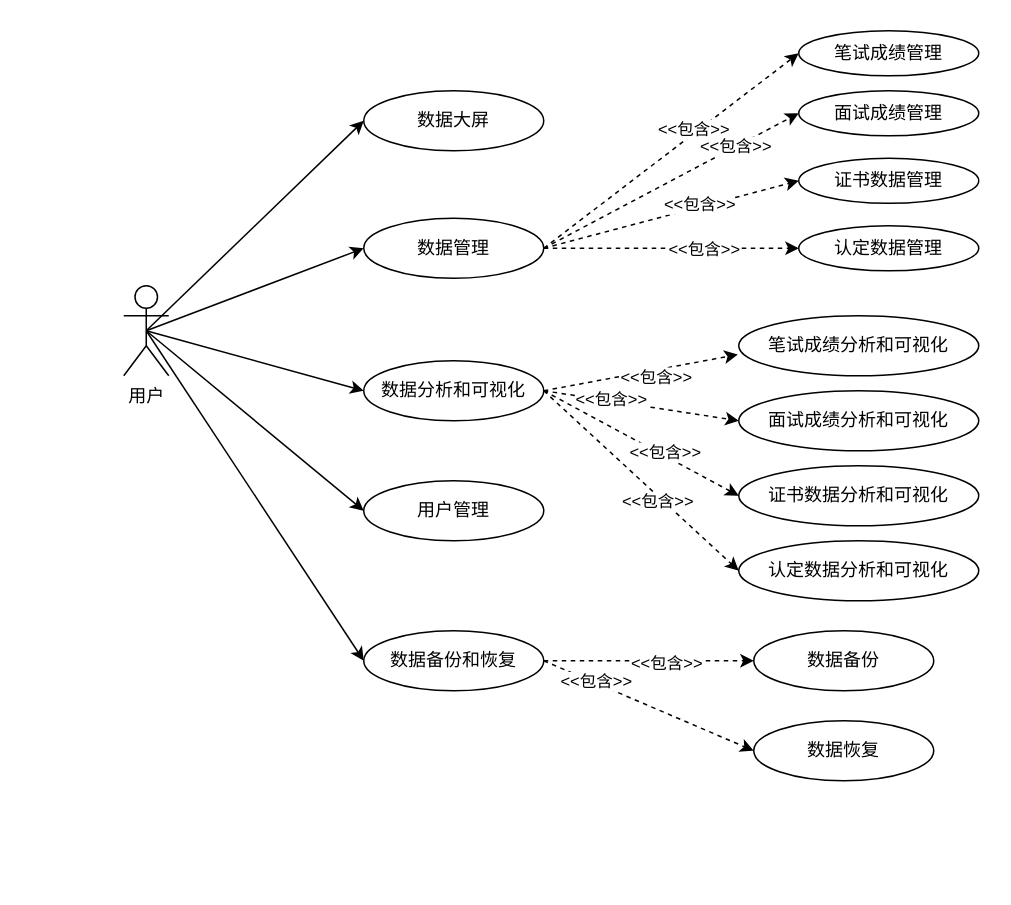
Above: page "3.系统需求分析" (3 of 4) of resouces/drawio/structure.drawio in coderyjc/certificate_analysis (draw.io), before the change. Source tidied: cells renumbered, new cells numbered last; positions are measured from the earlier drawing's top-left corner, leaving out a move shared by most shapes. Both pictures are drawn from the tidied source at 150%, with x=0, y=0 at pixel (123, 30).
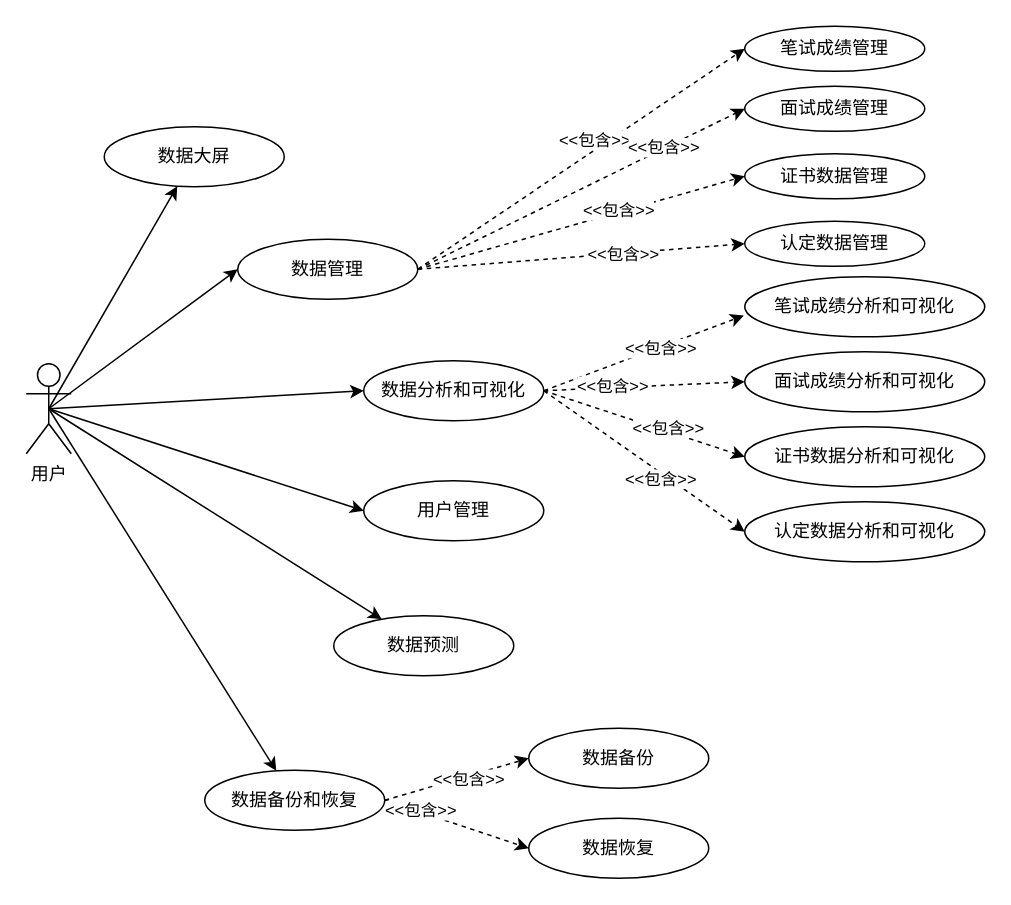
After the change.

What changed in the source:
```diff
@@
-    <mxCell id="2" style="edgeStyle=none;rounded=0;jettySize=auto;html=1;exitX=0.5;exitY=0.5;exitDx=0;exitDy=0;exitPerimeter=0;entryX=0;entryY=0.5;entryDx=0;entryDy=0;startArrow=none;startFill=0;endArrow=classic;endFill=1;" parent="1" edge="1" source="7" target="8">
+    <mxCell id="2" style="edgeStyle=none;rounded=0;jettySize=auto;html=1;exitX=0.5;exitY=0.5;exitDx=0;exitDy=0;exitPerimeter=0;startArrow=none;startFill=0;endArrow=classic;endFill=1;" parent="1" edge="1" source="7" target="8">
       <mxGeometry relative="1" as="geometry" />
     </mxCell>
@@
-    <mxCell id="6" style="edgeStyle=none;rounded=0;jettySize=auto;html=1;exitX=0.5;exitY=0.5;exitDx=0;exitDy=0;exitPerimeter=0;entryX=0;entryY=0.5;entryDx=0;entryDy=0;startArrow=none;startFill=0;endArrow=classic;endFill=1;" parent="1" edge="1" source="7" target="32">
+    <mxCell id="6" style="edgeStyle=none;rounded=0;jettySize=auto;html=1;exitX=0.5;exitY=0.5;exitDx=0;exitDy=0;exitPerimeter=0;startArrow=none;startFill=0;endArrow=classic;endFill=1;" parent="1" edge="1" source="7" target="32">
       <mxGeometry relative="1" as="geometry" />
     </mxCell>
+    <mxCell id="43" style="edgeStyle=none;rounded=0;html=1;exitX=0.5;exitY=0.5;exitDx=0;exitDy=0;exitPerimeter=0;" parent="1" edge="1" source="7" target="44">
+      <mxGeometry relative="1" as="geometry" />
+    </mxCell>
     <mxCell id="7" value="用户" style="shape=umlActor;verticalLabelPosition=bottom;verticalAlign=top;html=1;outlineConnect=0;rounded=0;glass=0;sketch=0;strokeColor=default;fillColor=none;" parent="1" vertex="1">
-      <mxGeometry y="170" width="30" height="60" as="geometry" />
+      <mxGeometry x="-65" y="222" width="30" height="60" as="geometry" />
     </mxCell>
     <mxCell id="8" value="数据大屏" style="ellipse;whiteSpace=wrap;html=1;rounded=0;glass=0;sketch=0;strokeColor=default;fillColor=none;" parent="1" vertex="1">
-      <mxGeometry x="160" y="40" width="120" height="40" as="geometry" />
+      <mxGeometry x="-13" y="64" width="120" height="40" as="geometry" />
     </mxCell>
@@
     <mxCell id="17" value="数据管理" style="ellipse;whiteSpace=wrap;html=1;rounded=0;glass=0;sketch=0;strokeColor=default;fillColor=none;" parent="1" vertex="1">
-      <mxGeometry x="160" y="125" width="120" height="40" as="geometry" />
+      <mxGeometry x="76" y="139" width="120" height="40" as="geometry" />
     </mxCell>
@@
     <mxCell id="32" value="数据备份和恢复" style="ellipse;whiteSpace=wrap;html=1;rounded=0;glass=0;sketch=0;strokeColor=default;fillColor=none;" parent="1" vertex="1">
-      <mxGeometry x="160" y="400" width="120" height="40" as="geometry" />
+      <mxGeometry x="54" y="493" width="120" height="40" as="geometry" />
     </mxCell>
     <mxCell id="33" value="笔试成绩管理" style="ellipse;whiteSpace=wrap;html=1;rounded=0;glass=0;sketch=0;strokeColor=default;fillColor=none;" parent="1" vertex="1">
-      <mxGeometry x="450" width="120" height="30" as="geometry" />
+      <mxGeometry x="414" y="-3" width="120" height="30" as="geometry" />
     </mxCell>
     <mxCell id="34" value="面试成绩管理" style="ellipse;whiteSpace=wrap;html=1;rounded=0;glass=0;sketch=0;strokeColor=default;fillColor=none;" parent="1" vertex="1">
-      <mxGeometry x="450" y="40" width="120" height="30" as="geometry" />
+      <mxGeometry x="414" y="37" width="120" height="30" as="geometry" />
     </mxCell>
     <mxCell id="35" value="证书数据管理" style="ellipse;whiteSpace=wrap;html=1;rounded=0;glass=0;sketch=0;strokeColor=default;fillColor=none;" parent="1" vertex="1">
-      <mxGeometry x="450" y="85" width="120" height="30" as="geometry" />
+      <mxGeometry x="414" y="82" width="120" height="30" as="geometry" />
     </mxCell>
     <mxCell id="36" value="认定数据管理" style="ellipse;whiteSpace=wrap;html=1;rounded=0;glass=0;sketch=0;strokeColor=default;fillColor=none;" parent="1" vertex="1">
-      <mxGeometry x="450" y="130" width="120" height="30" as="geometry" />
+      <mxGeometry x="414" y="127" width="120" height="30" as="geometry" />
     </mxCell>
     <mxCell id="37" value="笔试成绩分析和可视化" style="ellipse;whiteSpace=wrap;html=1;rounded=0;glass=0;sketch=0;strokeColor=default;fillColor=none;" parent="1" vertex="1">
-      <mxGeometry x="410" y="190" width="160" height="40" as="geometry" />
+      <mxGeometry x="414" y="164" width="160" height="40" as="geometry" />
     </mxCell>
     <mxCell id="38" value="面试成绩分析和可视化" style="ellipse;whiteSpace=wrap;html=1;rounded=0;glass=0;sketch=0;strokeColor=default;fillColor=none;" parent="1" vertex="1">
-      <mxGeometry x="410" y="240" width="160" height="40" as="geometry" />
+      <mxGeometry x="414" y="214" width="160" height="40" as="geometry" />
     </mxCell>
     <mxCell id="39" value="证书数据分析和可视化" style="ellipse;whiteSpace=wrap;html=1;rounded=0;glass=0;sketch=0;strokeColor=default;fillColor=none;" parent="1" vertex="1">
-      <mxGeometry x="410" y="290" width="160" height="40" as="geometry" />
+      <mxGeometry x="414" y="264" width="160" height="40" as="geometry" />
     </mxCell>
     <mxCell id="40" value="认定数据分析和可视化" style="ellipse;whiteSpace=wrap;html=1;rounded=0;glass=0;sketch=0;strokeColor=default;fillColor=none;" parent="1" vertex="1">
-      <mxGeometry x="410" y="340" width="160" height="40" as="geometry" />
+      <mxGeometry x="414" y="314" width="160" height="40" as="geometry" />
     </mxCell>
     <mxCell id="41" value="数据备份" style="ellipse;whiteSpace=wrap;html=1;rounded=0;glass=0;sketch=0;strokeColor=default;fillColor=none;" parent="1" vertex="1">
-      <mxGeometry x="420" y="400" width="120" height="40" as="geometry" />
+      <mxGeometry x="270" y="465" width="120" height="40" as="geometry" />
     </mxCell>
     <mxCell id="42" value="数据恢复" style="ellipse;whiteSpace=wrap;html=1;rounded=0;glass=0;sketch=0;strokeColor=default;fillColor=none;" parent="1" vertex="1">
-      <mxGeometry x="420" y="460" width="120" height="40" as="geometry" />
+      <mxGeometry x="270" y="525" width="120" height="40" as="geometry" />
     </mxCell>
+    <mxCell id="44" value="数据预测" style="ellipse;whiteSpace=wrap;html=1;rounded=0;glass=0;sketch=0;strokeColor=default;fillColor=none;" parent="1" vertex="1">
+      <mxGeometry x="140" y="390" width="120" height="40" as="geometry" />
+    </mxCell>
```
